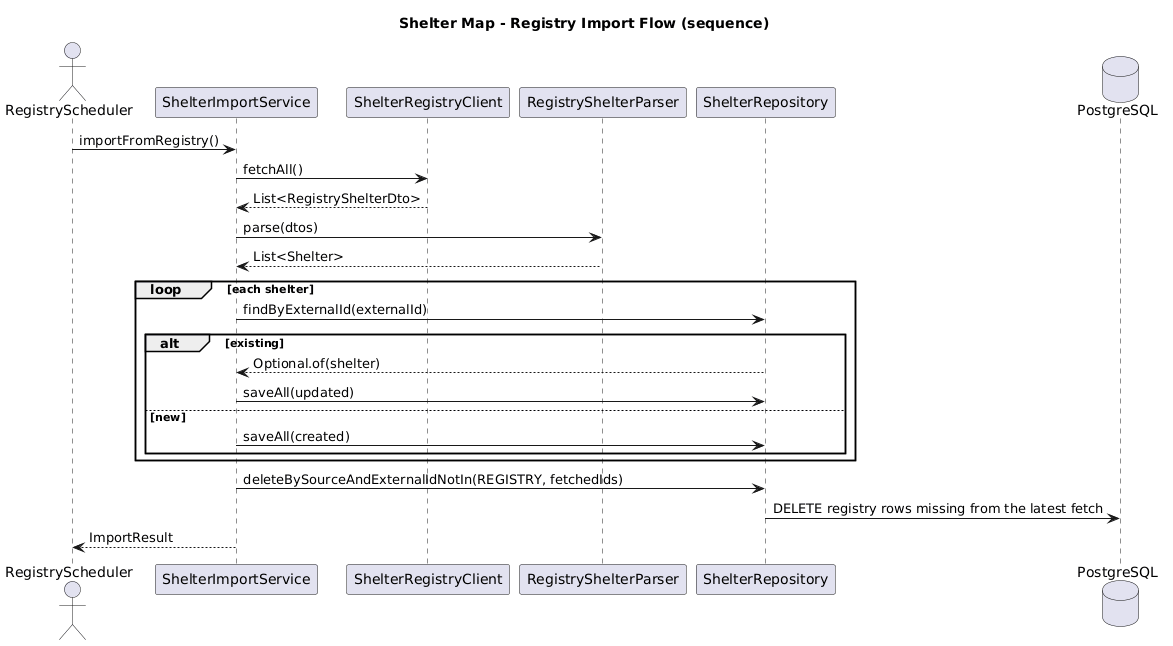
Before: context-and-tasks/out/04-ingestion_001.png, a diagram exported from PlantUML (Bro223/OpenShelter).
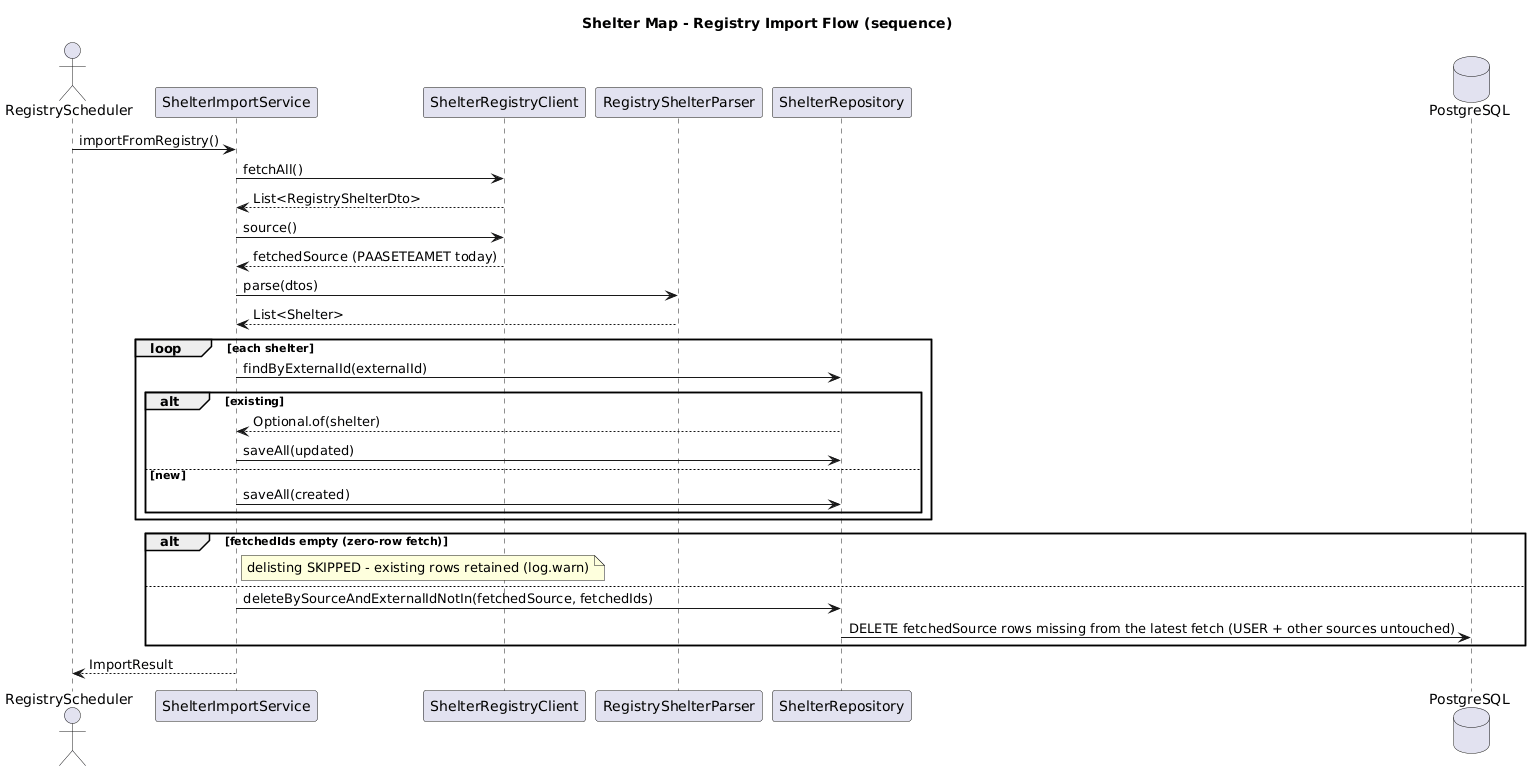
The same diagram one commit later.

Diff of the diagram source:
```diff
@@ -10,6 +10,8 @@
 RegistryScheduler -> SIS : importFromRegistry()
 SIS -> RC : fetchAll()
 RC --> SIS : List<RegistryShelterDto>
+SIS -> RC : source()
+RC --> SIS : fetchedSource (PAASETEAMET today)
 SIS -> P : parse(dtos)
 P --> SIS : List<Shelter>
 loop each shelter
@@ -21,7 +23,11 @@
     SIS -> REPO : saveAll(created)
   end
 end
-SIS -> REPO : deleteBySourceAndExternalIdNotIn(REGISTRY, fetchedIds)
-REPO -> DB : DELETE registry rows missing from the latest fetch
+alt fetchedIds empty (zero-row fetch)
+  note right of SIS: delisting SKIPPED - existing rows retained (log.warn)
+else
+  SIS -> REPO : deleteBySourceAndExternalIdNotIn(fetchedSource, fetchedIds)
+  REPO -> DB : DELETE fetchedSource rows missing from the latest fetch (USER + other sources untouched)
+end
 SIS --> RegistryScheduler : ImportResult
 @enduml
```
